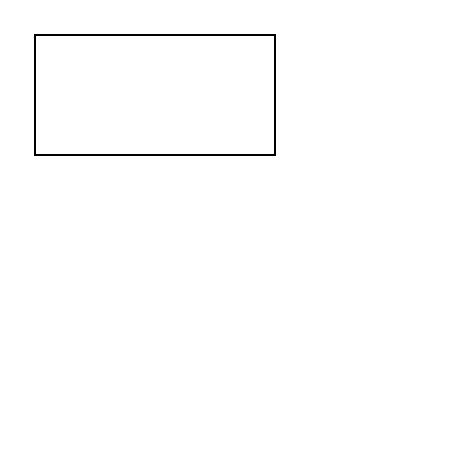
SamuelvLopes/assents keeps this draw.io diagram as Untitled Diagram.drawio. Above is the earlier version. Source tidied: cells renumbered, new cells numbered last; positions are measured from the earlier drawing's top-left corner, leaving out a move shared by most shapes. Both pictures are drawn from the tidied source at 200%, with x=0, y=0 at pixel (34, 34).
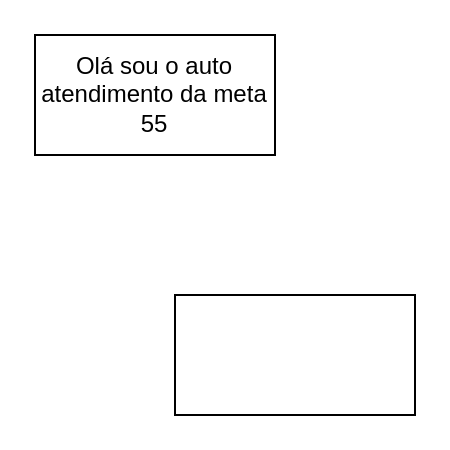
After the change.

What changed in the source:
```diff
@@
 <mxGraphModel>
   <root>
     <mxCell id="0" />
     <mxCell id="1" parent="0" />
-    <mxCell id="2" style="rounded=0;whiteSpace=wrap;html=1;" parent="1" vertex="1">
+    <mxCell id="2" value="Olá sou o auto atendimento da meta 55" style="rounded=0;whiteSpace=wrap;html=1;" parent="1" vertex="1">
       <mxGeometry width="120" height="60" as="geometry" />
     </mxCell>
+    <mxCell id="3" style="rounded=0;whiteSpace=wrap;html=1;" parent="1" vertex="1">
+      <mxGeometry x="70" y="130" width="120" height="60" as="geometry" />
+    </mxCell>
   </root>
 </mxGraphModel>
```
